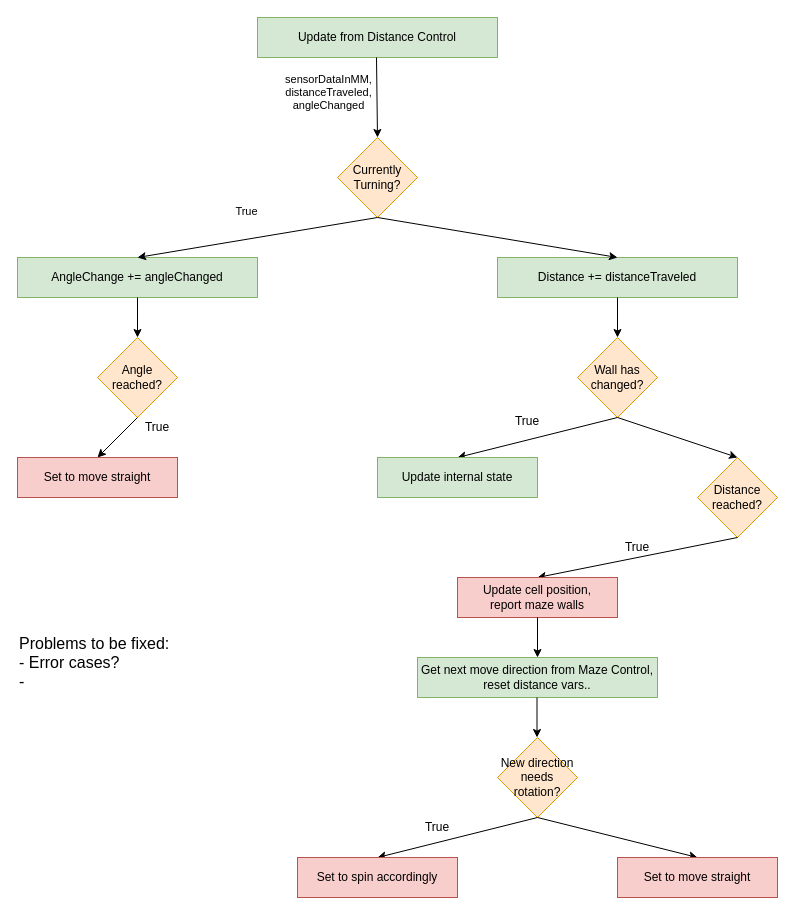
Above: diagrams/directionControl_decisionMap.drawio in shalen-original/micromouse (draw.io), before the change. Source tidied: cells renumbered, new cells numbered last; positions are measured from the earlier drawing's top-left corner, leaving out a move shared by most shapes. Both pictures are drawn from the tidied source at 100%, with x=0, y=0 at pixel (17, 17).
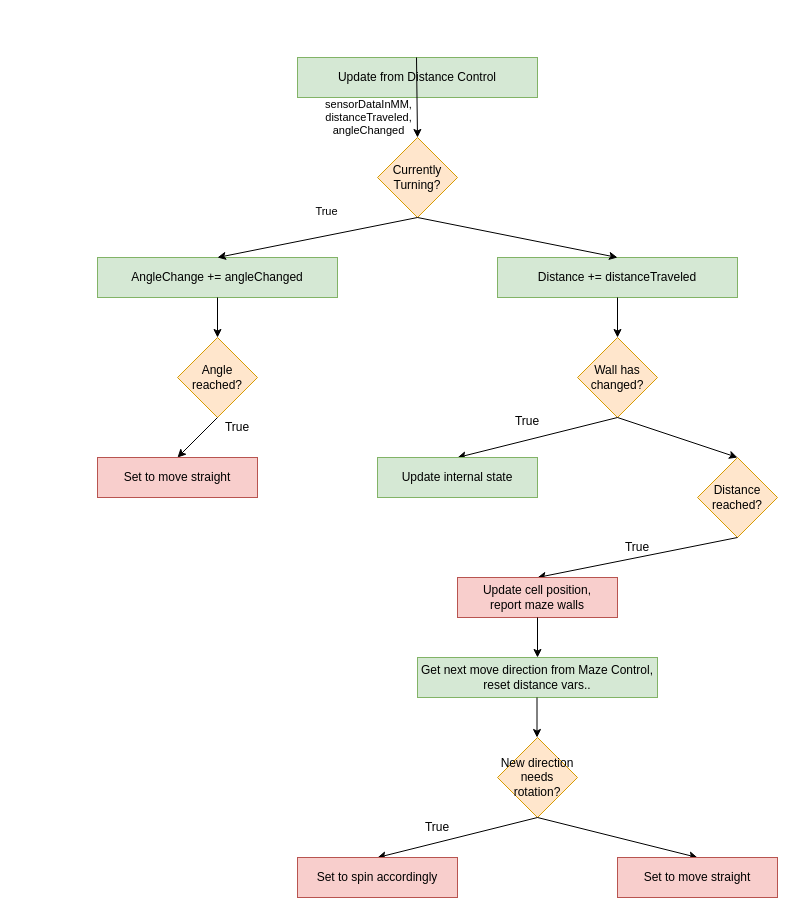
The same diagram, later.

The change refers to these unchanged cells:
```xml
<mxCell id="21" value="Distance reached?" style="rhombus;whiteSpace=wrap;html=1;rounded=0;fillColor=#ffe6cc;strokeColor=#d79b00;" parent="1" vertex="1">
  <mxGeometry x="680" y="440" width="80" height="80" as="geometry" />
</mxCell>
<mxCell id="24" value="&lt;div&gt;Update cell position,&lt;/div&gt;&lt;div&gt; report maze walls&lt;/div&gt;" style="rounded=0;whiteSpace=wrap;html=1;fillColor=#f8cecc;strokeColor=#b85450;" parent="1" vertex="1">
  <mxGeometry x="440" y="560" width="160" height="40" as="geometry" />
</mxCell>
```

What changed in the source:
```diff
@@
     <mxCell id="2" value="Update from Distance Control" style="rounded=0;whiteSpace=wrap;html=1;fillColor=#d5e8d4;strokeColor=#82b366;" parent="1" vertex="1">
-      <mxGeometry x="240" width="240" height="40" as="geometry" />
+      <mxGeometry x="280" y="40" width="240" height="40" as="geometry" />
     </mxCell>
     <mxCell id="3" style="edgeStyle=orthogonalEdgeStyle;rounded=0;jettySize=auto;html=1;exitX=0.5;exitY=1;exitDx=0;exitDy=0;entryX=0.5;entryY=0;entryDx=0;entryDy=0;" parent="1" edge="1" target="5">
       <mxGeometry relative="1" as="geometry">
-        <mxPoint x="359" y="40" as="sourcePoint" />
+        <mxPoint x="399" y="40" as="sourcePoint" />
       </mxGeometry>
     </mxCell>
     <mxCell id="4" value="&lt;div&gt;sensorDataInMM, &lt;br&gt;&lt;/div&gt;&lt;div&gt;distanceTraveled, &lt;br&gt;&lt;/div&gt;&lt;div&gt;angleChanged&lt;br&gt;&lt;/div&gt;" style="edgeLabel;html=1;align=center;verticalAlign=middle;" parent="3" vertex="1">
       <mxGeometry x="-0.12" y="1" relative="1" as="geometry">
-        <mxPoint x="-50" as="offset" />
+        <mxPoint x="-50" y="24.1" as="offset" />
       </mxGeometry>
     </mxCell>
     <mxCell id="5" value="Currently Turning?" style="rhombus;whiteSpace=wrap;html=1;rounded=0;fillColor=#ffe6cc;strokeColor=#d79b00;" parent="1" vertex="1">
-      <mxGeometry x="320" y="120" width="80" height="80" as="geometry" />
+      <mxGeometry x="360" y="120" width="80" height="80" as="geometry" />
     </mxCell>
     <mxCell id="6" value="AngleChange += angleChanged" style="rounded=0;whiteSpace=wrap;html=1;fillColor=#d5e8d4;strokeColor=#82b366;" parent="1" vertex="1">
-      <mxGeometry y="240" width="240" height="40" as="geometry" />
+      <mxGeometry x="80" y="240" width="240" height="40" as="geometry" />
     </mxCell>
@@
     <mxCell id="8" value="True" style="edgeLabel;html=1;align=center;verticalAlign=middle;" parent="1" vertex="1">
-      <mxGeometry x="230" y="232" as="geometry">
+      <mxGeometry x="310" y="232" as="geometry">
         <mxPoint x="-2" y="-39" as="offset" />
       </mxGeometry>
     </mxCell>
@@
     <mxCell id="11" value="Angle reached?" style="rhombus;whiteSpace=wrap;html=1;rounded=0;fillColor=#ffe6cc;strokeColor=#d79b00;" parent="1" vertex="1">
-      <mxGeometry x="80" y="320" width="80" height="80" as="geometry" />
+      <mxGeometry x="160" y="320" width="80" height="80" as="geometry" />
     </mxCell>
@@
     <mxCell id="14" value="Set to move straight" style="rounded=0;whiteSpace=wrap;html=1;fillColor=#f8cecc;strokeColor=#b85450;" parent="1" vertex="1">
-      <mxGeometry y="440" width="160" height="40" as="geometry" />
+      <mxGeometry x="80" y="440" width="160" height="40" as="geometry" />
     </mxCell>
     <mxCell id="15" value="True" style="text;html=1;strokeColor=none;fillColor=none;align=center;verticalAlign=middle;whiteSpace=wrap;rounded=0;" parent="1" vertex="1">
-      <mxGeometry x="120" y="400" width="40" height="20" as="geometry" />
+      <mxGeometry x="200" y="400" width="40" height="20" as="geometry" />
     </mxCell>
@@
-    <mxCell id="23" style="endArrow=classic;html=1;exitX=0.5;exitY=1;exitDx=0;exitDy=0;entryX=0.5;entryY=0;entryDx=0;entryDy=0;" parent="1" edge="1" target="24">
-      <mxGeometry relative="1" as="geometry">
-        <mxPoint x="720" y="520" as="sourcePoint" />
-      </mxGeometry>
+    <mxCell id="23" style="endArrow=classic;html=1;exitX=0.5;exitY=1;exitDx=0;exitDy=0;entryX=0.5;entryY=0;entryDx=0;entryDy=0;" parent="1" edge="1" source="21" target="24">
+      <mxGeometry relative="1" as="geometry" />
     </mxCell>
@@
-    <mxCell id="30" value="&lt;div style=&quot;font-size: 16px&quot; align=&quot;justify&quot;&gt;&lt;font style=&quot;font-size: 16px&quot;&gt;Problems to be fixed:&lt;/font&gt;&lt;/div&gt;&lt;div style=&quot;font-size: 16px&quot; align=&quot;justify&quot;&gt;&lt;font style=&quot;font-size: 16px&quot;&gt;- Error cases?&lt;/font&gt;&lt;/div&gt;&lt;div style=&quot;font-size: 16px&quot; align=&quot;justify&quot;&gt;&lt;font style=&quot;font-size: 16px&quot;&gt;- &lt;br&gt;&lt;/font&gt;&lt;/div&gt;" style="text;html=1;strokeColor=none;fillColor=none;align=left;verticalAlign=middle;whiteSpace=wrap;rounded=0;" parent="1" vertex="1">
-      <mxGeometry y="520" width="320" height="250" as="geometry" />
-    </mxCell>
```
